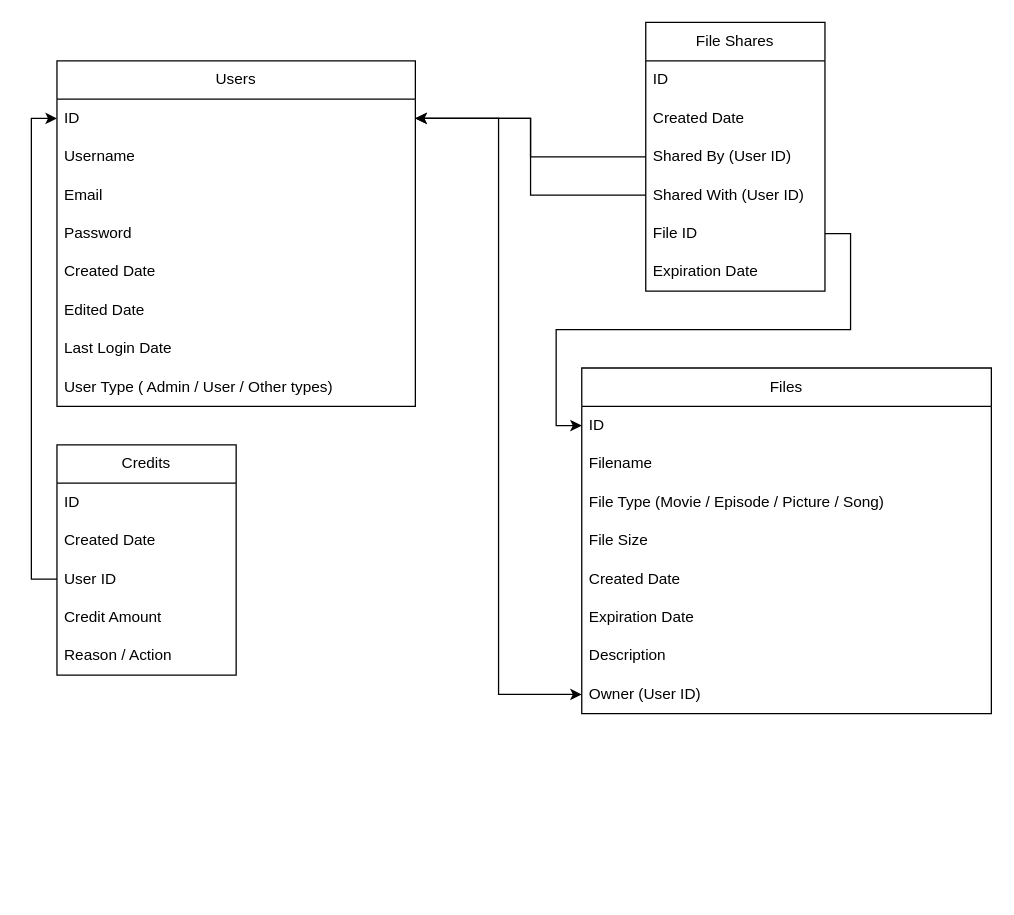
This is backend/db/schema.drawio from ofersadan85/friendflix, a draw.io file, before an edit. Source tidied: cells renumbered, new cells numbered last; positions are measured from the earlier drawing's top-left corner, leaving out a move shared by most shapes. Both pictures are drawn from the tidied source at 128%, with x=0, y=0 at pixel (56, 22).
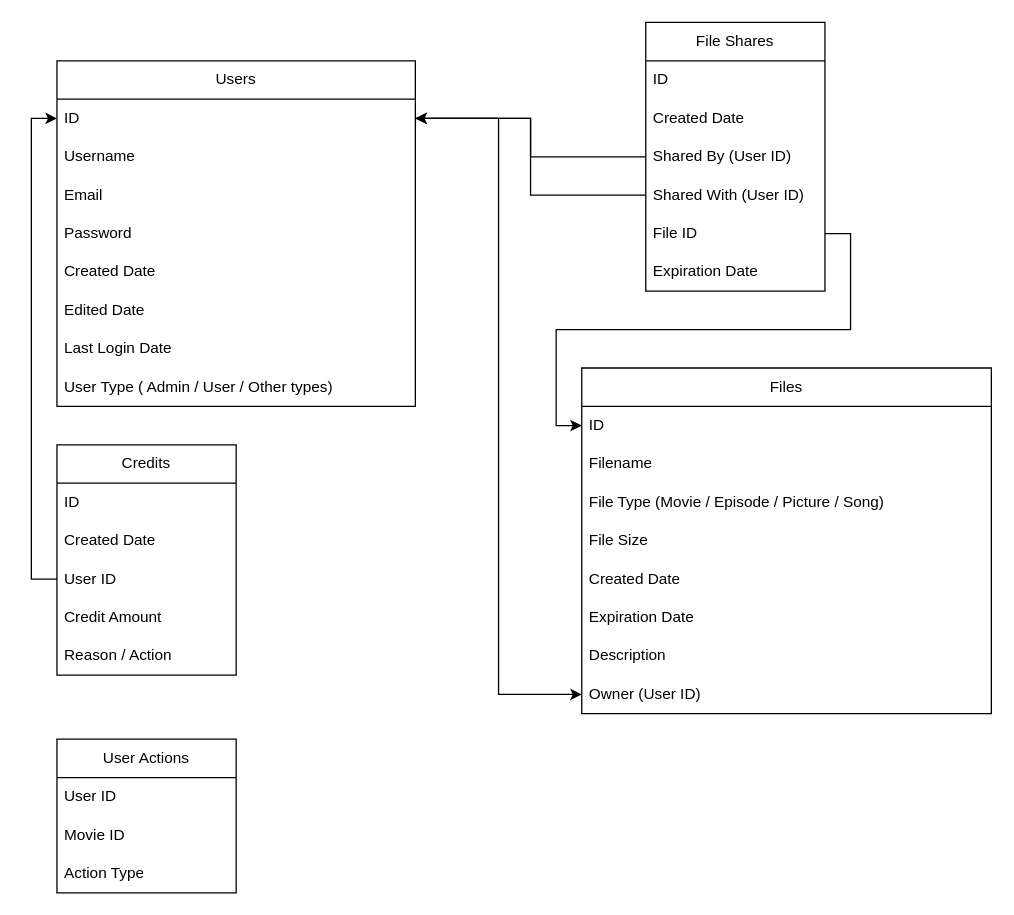
The same page after the edit.

Commit message (it also covers changes not shown here):
Add movie actions to movie page buttons

Change to the diagram source:
```diff
@@
+    <mxCell id="38" value="User Actions" style="swimlane;fontStyle=0;horizontal=1;startSize=30;whiteSpace=wrap;html=1;" parent="1" vertex="1">
+      <mxGeometry y="560" width="140" height="120" as="geometry" />
+    </mxCell>
+    <mxCell id="39" value="User ID" style="text;strokeColor=none;fillColor=none;align=left;verticalAlign=middle;spacingLeft=4;spacingRight=4;overflow=hidden;whiteSpace=wrap;html=1;" parent="38" vertex="1">
+      <mxGeometry y="30" width="140" height="30" as="geometry" />
+    </mxCell>
+    <mxCell id="40" value="Movie ID" style="text;strokeColor=none;fillColor=none;align=left;verticalAlign=middle;spacingLeft=4;spacingRight=4;overflow=hidden;whiteSpace=wrap;html=1;" parent="38" vertex="1">
+      <mxGeometry y="60" width="140" height="30" as="geometry" />
+    </mxCell>
+    <mxCell id="41" value="Action Type" style="text;strokeColor=none;fillColor=none;align=left;verticalAlign=middle;spacingLeft=4;spacingRight=4;overflow=hidden;whiteSpace=wrap;html=1;" parent="38" vertex="1">
+      <mxGeometry y="90" width="140" height="30" as="geometry" />
+    </mxCell>
```
